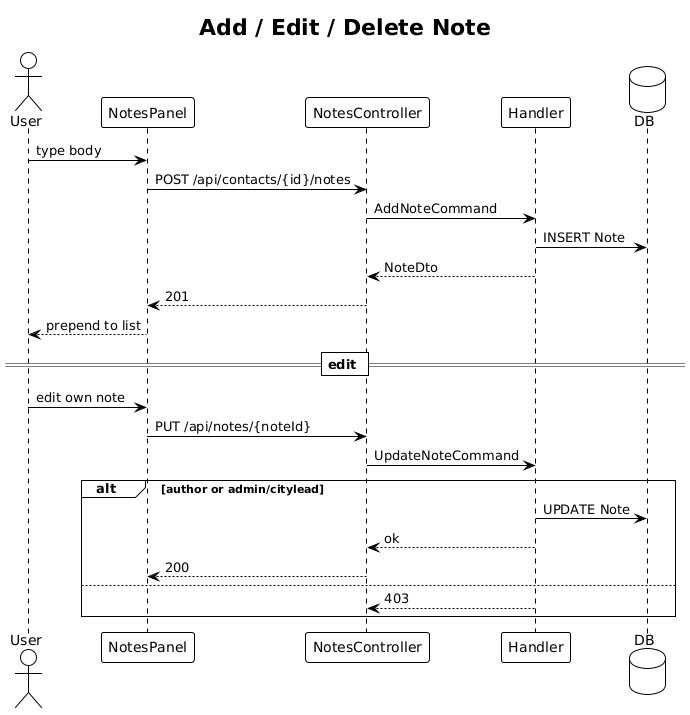
Before: docs/detailed-designs/12-contact-notes/diagrams/sequence_notes.png, a diagram exported from PlantUML (QuinntyneBrown/TheUpperRoom). Its diagram source:
```plantuml
@startuml
!theme plain
title Add / Edit / Delete Note

actor User
participant "NotesPanel" as NP
participant "NotesController" as C
participant "Handler" as H
database "DB" as DB

User -> NP: type body
NP -> C: POST /api/contacts/{id}/notes
C -> H: AddNoteCommand
H -> DB: INSERT Note
H --> C: NoteDto
C --> NP: 201
NP --> User: prepend to list

== edit ==
User -> NP: edit own note
NP -> C: PUT /api/notes/{noteId}
C -> H: UpdateNoteCommand
alt author or admin/citylead
  H -> DB: UPDATE Note
  H --> C: ok
  C --> NP: 200
else
  H --> C: 403
end
@enduml
```
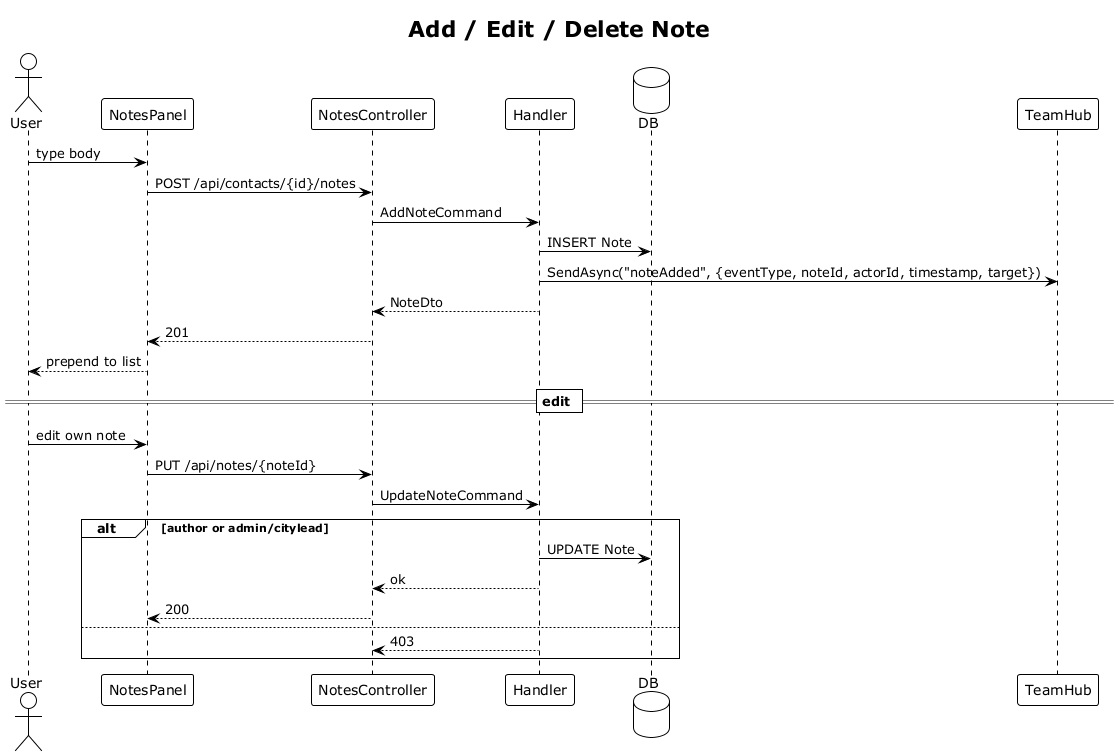
After the change.

Diff of the diagram source:
```diff
@@ -1,4 +1,4 @@
-@startuml
+@startuml sequence_notes
 !theme plain
 title Add / Edit / Delete Note
 
@@ -7,11 +7,13 @@
 participant "NotesController" as C
 participant "Handler" as H
 database "DB" as DB
+participant "TeamHub" as Hub
 
 User -> NP: type body
 NP -> C: POST /api/contacts/{id}/notes
 C -> H: AddNoteCommand
 H -> DB: INSERT Note
+H -> Hub: SendAsync("noteAdded", {eventType, noteId, actorId, timestamp, target})
 H --> C: NoteDto
 C --> NP: 201
 NP --> User: prepend to list
```
